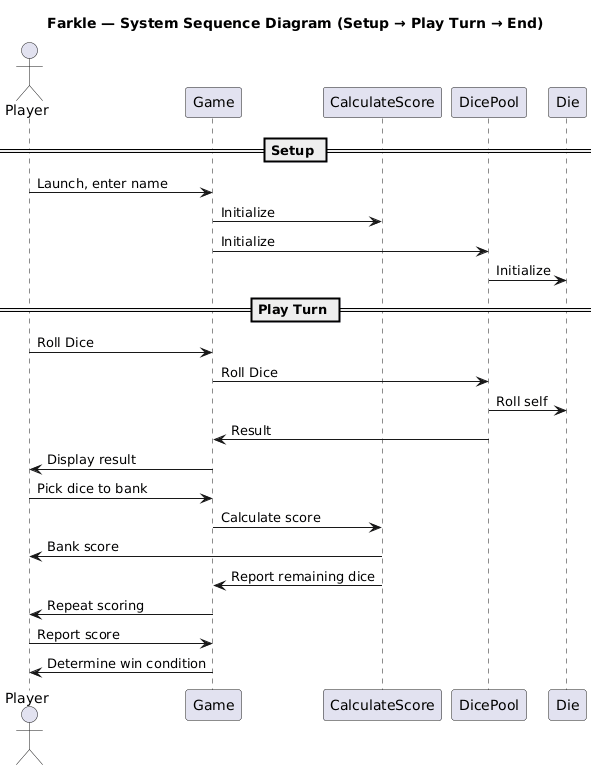
Before: documents/system_sequence.png, a diagram exported from PlantUML (JoshuaSimard13507/ALI-JOSH-LABS).
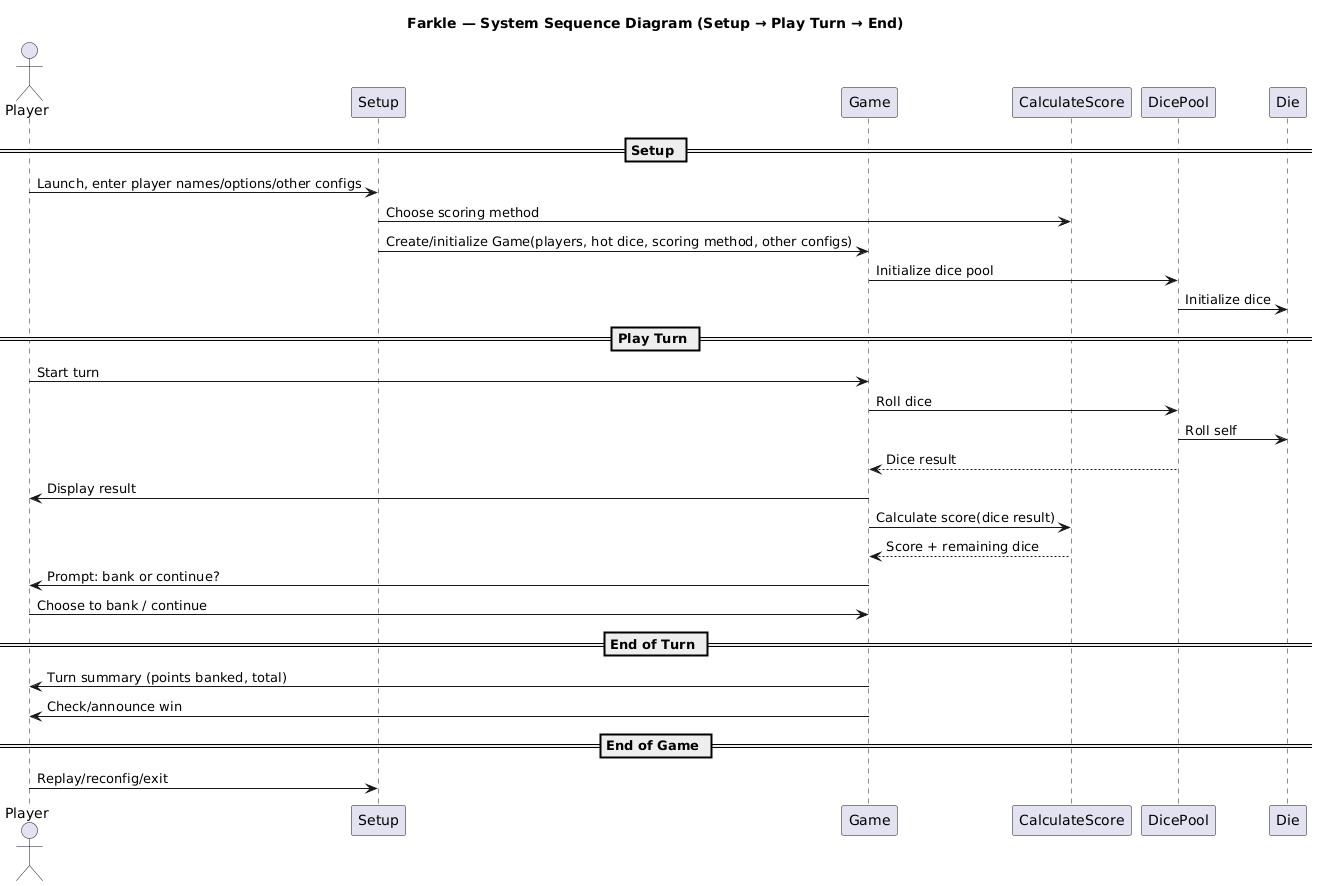
After the change.

Commit message:
updated system sequence diagram

Diff of the diagram source:
```diff
@@ -2,29 +2,36 @@
 title Farkle — System Sequence Diagram (Setup → Play Turn → End)
 
 actor Player
+participant "Setup" as Setup
 participant "Game" as Game
 participant "CalculateScore" as cs
 participant "DicePool" as Pool
 participant "Die" as Die
 
 == Setup ==
-Player -> Game : Launch, enter name
-Game -> cs : Initialize
-Game -> Pool : Initialize
-Pool -> Die : Initialize
-
+Player -> Setup : Launch, enter player names/options/other configs
+Setup -> cs : Choose scoring method
+Setup -> Game : Create/initialize Game(players, hot dice, scoring method, other configs)
+Game -> Pool : Initialize dice pool
+Pool -> Die : Initialize dice
 
 == Play Turn ==
-Player -> Game : Roll Dice
-Game -> Pool : Roll Dice
+Player -> Game : Start turn
+Game -> Pool : Roll dice
 Pool -> Die : Roll self
-Pool -> Game : Result
+Pool --> Game : Dice result
 Game -> Player : Display result
-Player -> Game : Pick dice to bank
-Game -> cs : Calculate score
-cs -> Player : Bank score
-cs -> Game: Report remaining dice
-Game -> Player : Repeat scoring
-Player -> Game : Report score
-Game -> Player : Determine win condition
+
+Game -> cs : Calculate score(dice result)
+cs --> Game : Score + remaining dice
+
+Game -> Player : Prompt: bank or continue?
+Player -> Game : Choose to bank / continue
+
+== End of Turn ==
+Game -> Player : Turn summary (points banked, total)
+Game -> Player : Check/announce win
+
+== End of Game ==
+Player -> Setup : Replay/reconfig/exit
 @enduml
```
